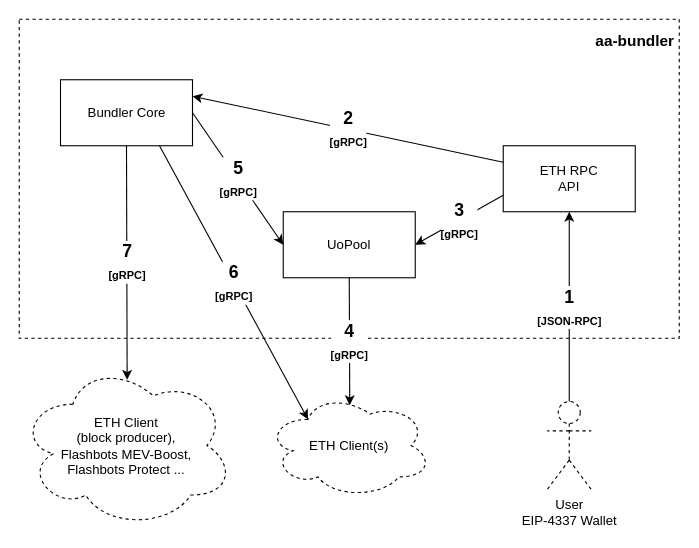
silius-rs/silius keeps this draw.io diagram as docs/architecture/aa-bundler-rust.drawio. Above is the earlier version. Source tidied: cells renumbered, new cells numbered last; positions are measured from the earlier drawing's top-left corner, leaving out a move shared by most shapes. Both pictures are drawn from the tidied source at 110%, with x=0, y=0 at pixel (19, 19).
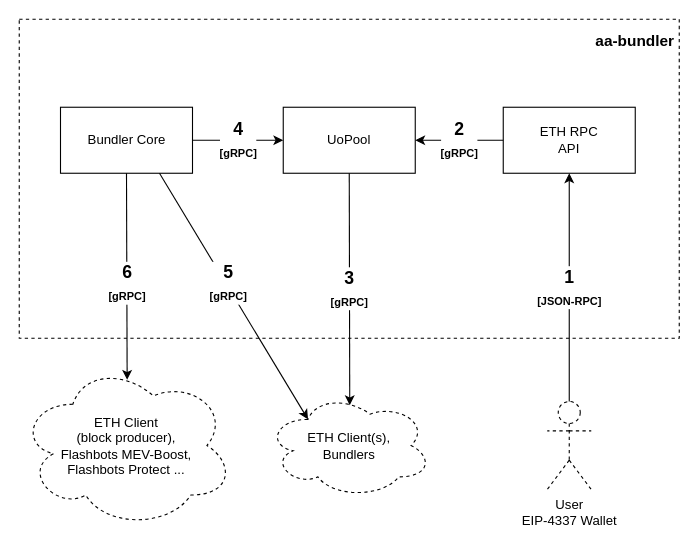
Above is the later version.

Diff of the diagram source:
```diff
@@
 <mxGraphModel>
   <root>
     <mxCell id="0" />
     <mxCell id="1" parent="0" />
     <mxCell id="2" style="rounded=0;whiteSpace=wrap;html=1;dashed=1;" parent="1" vertex="1">
       <mxGeometry width="600" height="290" as="geometry" />
     </mxCell>
     <mxCell id="3" value="ETH RPC&lt;br&gt;API" style="rounded=0;whiteSpace=wrap;html=1;" parent="1" vertex="1">
-      <mxGeometry x="440" y="115" width="120" height="60" as="geometry" />
+      <mxGeometry x="440" y="80" width="120" height="60" as="geometry" />
     </mxCell>
     <mxCell id="4" value="UoPool" style="rounded=0;whiteSpace=wrap;html=1;" parent="1" vertex="1">
-      <mxGeometry x="240" y="175" width="120" height="60" as="geometry" />
+      <mxGeometry x="240" y="80" width="120" height="60" as="geometry" />
     </mxCell>
     <mxCell id="5" value="Bundler Core" style="rounded=0;whiteSpace=wrap;html=1;" parent="1" vertex="1">
-      <mxGeometry x="37.5" y="55" width="120" height="60" as="geometry" />
+      <mxGeometry x="37.5" y="80" width="120" height="60" as="geometry" />
     </mxCell>
     <mxCell id="6" value="User&lt;br&gt;EIP-4337 Wallet" style="shape=umlActor;verticalLabelPosition=bottom;verticalAlign=top;html=1;outlineConnect=0;dashed=1;" parent="1" vertex="1">
       <mxGeometry x="480" y="347.5" width="40" height="80" as="geometry" />
     </mxCell>
     <mxCell id="7" value="1&lt;br&gt;&lt;font style=&quot;font-size: 10px;&quot;&gt;[JSON-RPC]&lt;/font&gt;" style="endArrow=classic;html=1;rounded=0;entryX=0.5;entryY=1;entryDx=0;entryDy=0;exitX=0.5;exitY=0;exitDx=0;exitDy=0;exitPerimeter=0;fontSize=16;fontStyle=1;" parent="1" edge="1" source="6" target="3">
       <mxGeometry relative="1" as="geometry" />
     </mxCell>
-    <mxCell id="8" value="3&lt;br&gt;&lt;font style=&quot;font-size: 10px;&quot;&gt;[gRPC]&lt;/font&gt;" style="endArrow=classic;html=1;rounded=0;entryX=1;entryY=0.5;entryDx=0;entryDy=0;exitX=0;exitY=0.75;exitDx=0;exitDy=0;fontSize=16;fontStyle=1;" parent="1" edge="1" source="3" target="4">
+    <mxCell id="8" value="2&lt;br&gt;&lt;font style=&quot;font-size: 10px;&quot;&gt;[gRPC]&lt;/font&gt;" style="endArrow=classic;html=1;rounded=0;entryX=1;entryY=0.5;entryDx=0;entryDy=0;exitX=0;exitY=0.5;exitDx=0;exitDy=0;fontSize=16;fontStyle=1;" parent="1" edge="1" source="3" target="4">
       <mxGeometry relative="1" as="geometry" />
     </mxCell>
-    <mxCell id="9" value="5&lt;br&gt;&lt;font style=&quot;font-size: 10px;&quot;&gt;[gRPC]&lt;/font&gt;" style="endArrow=classic;html=1;rounded=0;entryX=0;entryY=0.5;entryDx=0;entryDy=0;exitX=1;exitY=0.5;exitDx=0;exitDy=0;fontStyle=1;fontSize=16;" parent="1" edge="1" source="5" target="4">
+    <mxCell id="9" value="4&lt;br&gt;&lt;font style=&quot;font-size: 10px;&quot;&gt;[gRPC]&lt;/font&gt;" style="endArrow=classic;html=1;rounded=0;entryX=0;entryY=0.5;entryDx=0;entryDy=0;exitX=1;exitY=0.5;exitDx=0;exitDy=0;fontStyle=1;fontSize=16;" parent="1" edge="1" source="5" target="4">
       <mxGeometry relative="1" as="geometry" />
     </mxCell>
-    <mxCell id="10" value="ETH Client(s)" style="ellipse;shape=cloud;whiteSpace=wrap;html=1;dashed=1;" parent="1" vertex="1">
+    <mxCell id="10" value="ETH Client(s),&lt;br&gt;Bundlers" style="ellipse;shape=cloud;whiteSpace=wrap;html=1;dashed=1;" parent="1" vertex="1">
       <mxGeometry x="225" y="340" width="150" height="95" as="geometry" />
     </mxCell>
-    <mxCell id="11" value="7&lt;br&gt;&lt;font style=&quot;font-size: 10px;&quot;&gt;[gRPC]&lt;/font&gt;" style="endArrow=classic;html=1;rounded=0;exitX=0.5;exitY=1;exitDx=0;exitDy=0;fontStyle=1;fontSize=16;entryX=0.503;entryY=0.102;entryDx=0;entryDy=0;entryPerimeter=0;" parent="1" edge="1" source="5" target="12">
-      <mxGeometry relative="1" as="geometry" />
+    <mxCell id="11" value="6&lt;br&gt;&lt;font style=&quot;font-size: 10px;&quot;&gt;[gRPC]&lt;/font&gt;" style="endArrow=classic;html=1;rounded=0;exitX=0.5;exitY=1;exitDx=0;exitDy=0;fontStyle=1;fontSize=16;entryX=0.503;entryY=0.102;entryDx=0;entryDy=0;entryPerimeter=0;" parent="1" edge="1" source="5" target="12">
+      <mxGeometry x="0.07" relative="1" as="geometry" />
     </mxCell>
     <mxCell id="12" value="ETH Client &lt;br&gt;(block producer), &lt;br&gt;Flashbots MEV-Boost, &lt;br&gt;Flashbots Protect ..." style="ellipse;shape=cloud;whiteSpace=wrap;html=1;dashed=1;" parent="1" vertex="1">
       <mxGeometry y="312.5" width="195" height="150" as="geometry" />
     </mxCell>
-    <mxCell id="13" value="2&lt;br&gt;&lt;font style=&quot;font-size: 10px;&quot;&gt;[gRPC]&lt;/font&gt;" style="endArrow=classic;html=1;rounded=0;entryX=1;entryY=0.25;entryDx=0;entryDy=0;exitX=0;exitY=0.25;exitDx=0;exitDy=0;fontSize=16;fontStyle=1;" parent="1" edge="1" source="3" target="5">
-      <mxGeometry relative="1" as="geometry" />
-    </mxCell>
     <mxCell id="14" value="&lt;b&gt;&lt;font style=&quot;font-size: 14px;&quot;&gt;aa-bundler&lt;/font&gt;&lt;/b&gt;" style="text;html=1;strokeColor=none;fillColor=none;align=center;verticalAlign=middle;whiteSpace=wrap;rounded=0;" parent="1" vertex="1">
       <mxGeometry x="520" width="80" height="40" as="geometry" />
     </mxCell>
-    <mxCell id="15" value="4&lt;br&gt;&lt;font style=&quot;font-size: 10px;&quot;&gt;[gRPC]&lt;/font&gt;" style="endArrow=classic;html=1;rounded=0;exitX=0.5;exitY=1;exitDx=0;exitDy=0;fontStyle=1;fontSize=16;entryX=0.503;entryY=0.114;entryDx=0;entryDy=0;entryPerimeter=0;" parent="1" edge="1" source="4" target="10">
+    <mxCell id="15" value="3&lt;br&gt;&lt;font style=&quot;font-size: 10px;&quot;&gt;[gRPC]&lt;/font&gt;" style="endArrow=classic;html=1;rounded=0;exitX=0.5;exitY=1;exitDx=0;exitDy=0;fontStyle=1;fontSize=16;entryX=0.503;entryY=0.114;entryDx=0;entryDy=0;entryPerimeter=0;" parent="1" edge="1" source="4" target="10">
       <mxGeometry relative="1" as="geometry" />
     </mxCell>
-    <mxCell id="16" value="6&lt;br&gt;&lt;font style=&quot;font-size: 10px;&quot;&gt;[gRPC]&lt;/font&gt;" style="endArrow=classic;html=1;rounded=0;exitX=0.75;exitY=1;exitDx=0;exitDy=0;fontStyle=1;fontSize=16;entryX=0.25;entryY=0.25;entryDx=0;entryDy=0;entryPerimeter=0;" parent="1" edge="1" source="5" target="10">
-      <mxGeometry relative="1" as="geometry" />
+    <mxCell id="16" value="5&lt;br&gt;&lt;font style=&quot;font-size: 10px;&quot;&gt;[gRPC]&lt;/font&gt;" style="endArrow=classic;html=1;rounded=0;exitX=0.75;exitY=1;exitDx=0;exitDy=0;fontStyle=1;fontSize=16;entryX=0.25;entryY=0.25;entryDx=0;entryDy=0;entryPerimeter=0;" parent="1" edge="1" source="5" target="10">
+      <mxGeometry x="-0.1" y="2" relative="1" as="geometry" />
     </mxCell>
   </root>
 </mxGraphModel>
```
